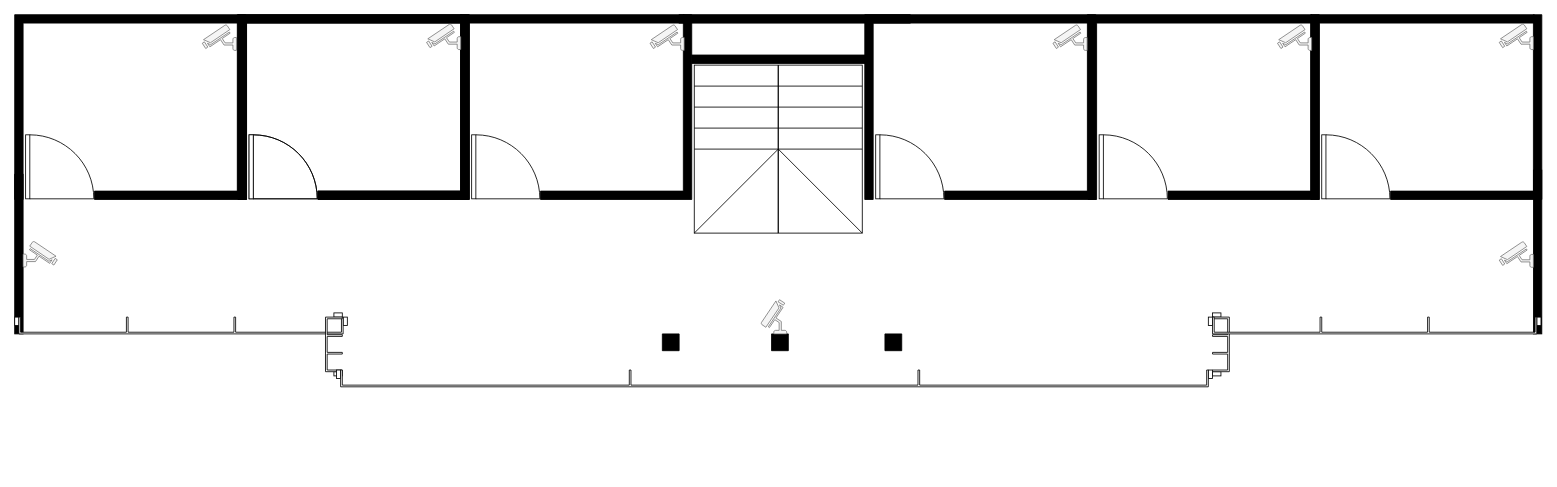
Before: page "3nd - floor" (2 of 4) of Diagram Tanpa Judul.drawio in mohammadrifanmushlih17/My-Project-Draw, a draw.io diagram. Source tidied: cells renumbered, new cells numbered last; positions are measured from the earlier drawing's top-left corner, leaving out a move shared by most shapes. Both pictures are drawn from the tidied source at 84%, with x=0, y=0 at pixel (14, 14).
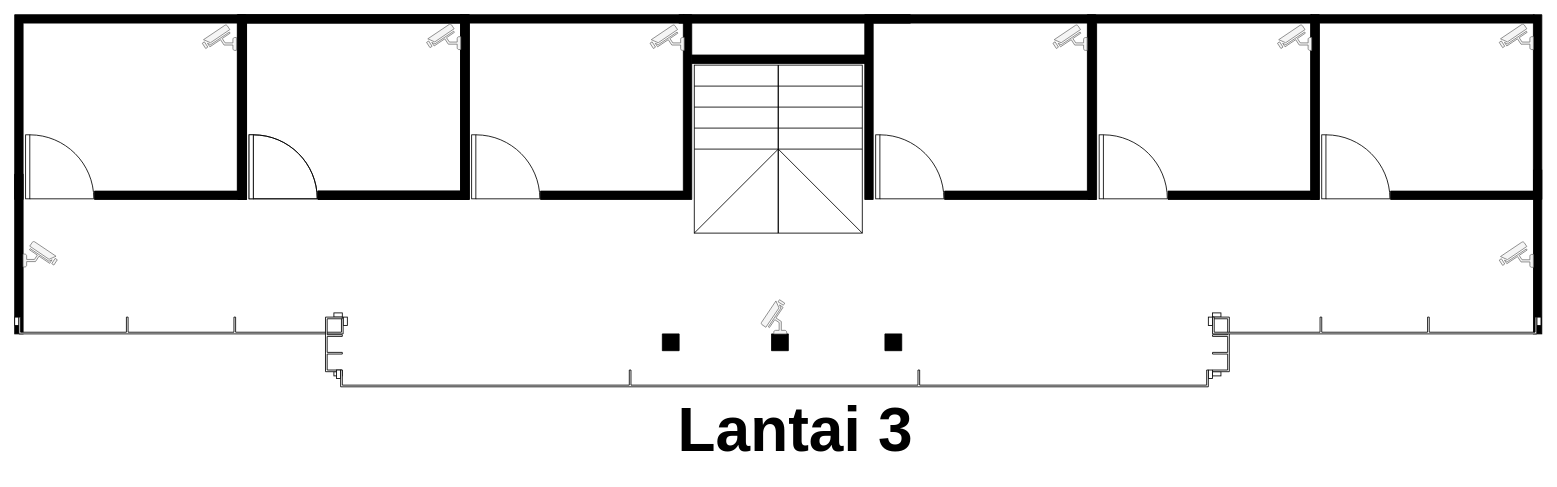
Above is the later version.

The edit, as a diff of the source:
```diff
@@
+    <mxCell id="50" value="&lt;b&gt;Lantai 3&lt;/b&gt;" style="text;html=1;align=center;verticalAlign=middle;strokeColor=none;fillColor=none;fontSize=74;" parent="1" vertex="1">
+      <mxGeometry x="778.5" y="445" width="300" height="100" as="geometry" />
+    </mxCell>
```
